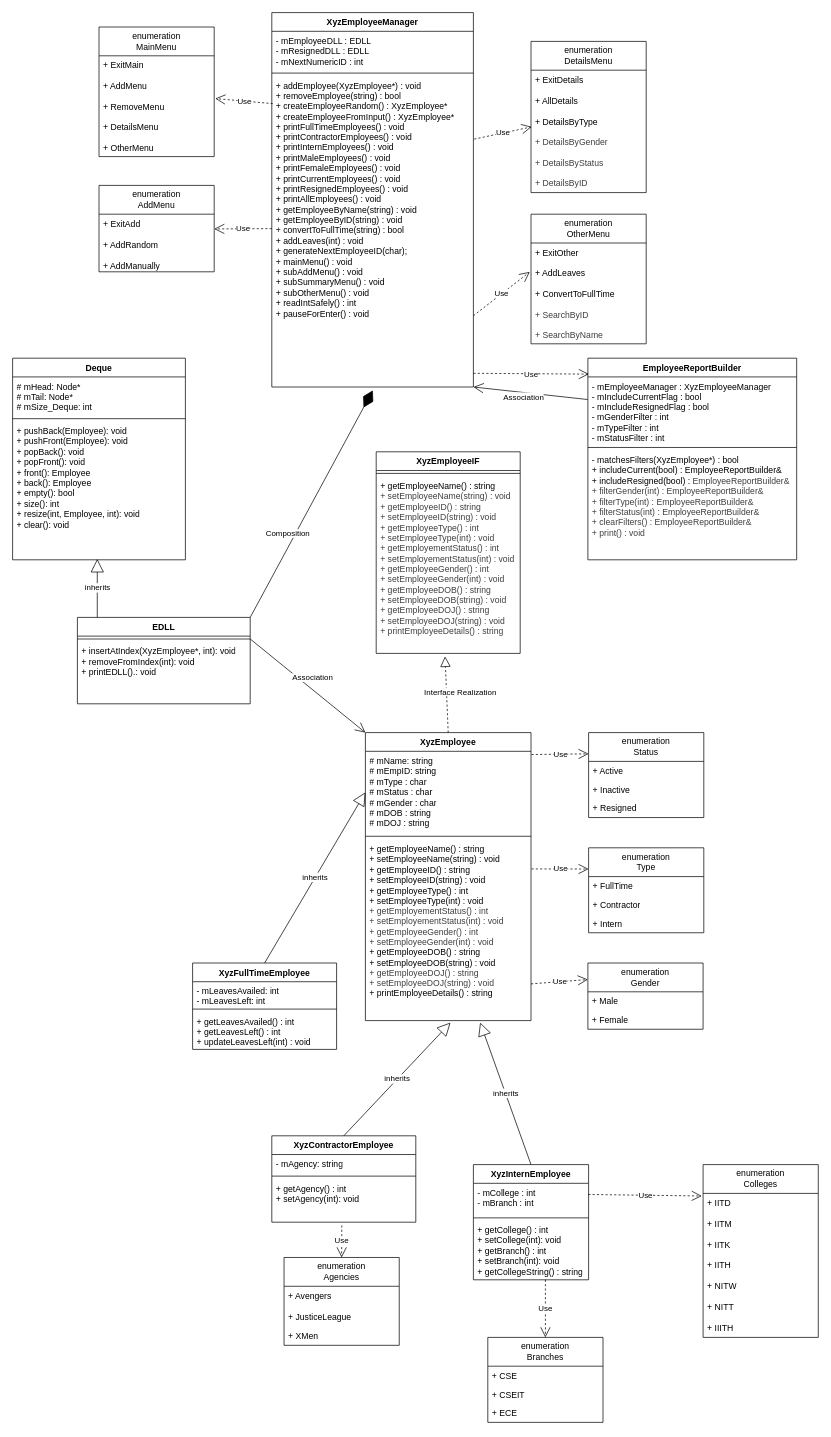
Before: umlFile.drawio in IBM-PHYP-DEV-HYD/ems-aniketsrivast, a draw.io diagram. Source tidied: cells renumbered, new cells numbered last; positions are measured from the earlier drawing's top-left corner, leaving out a move shared by most shapes. Both pictures are drawn from the tidied source at 72%, with x=0, y=0 at pixel (12, 12).
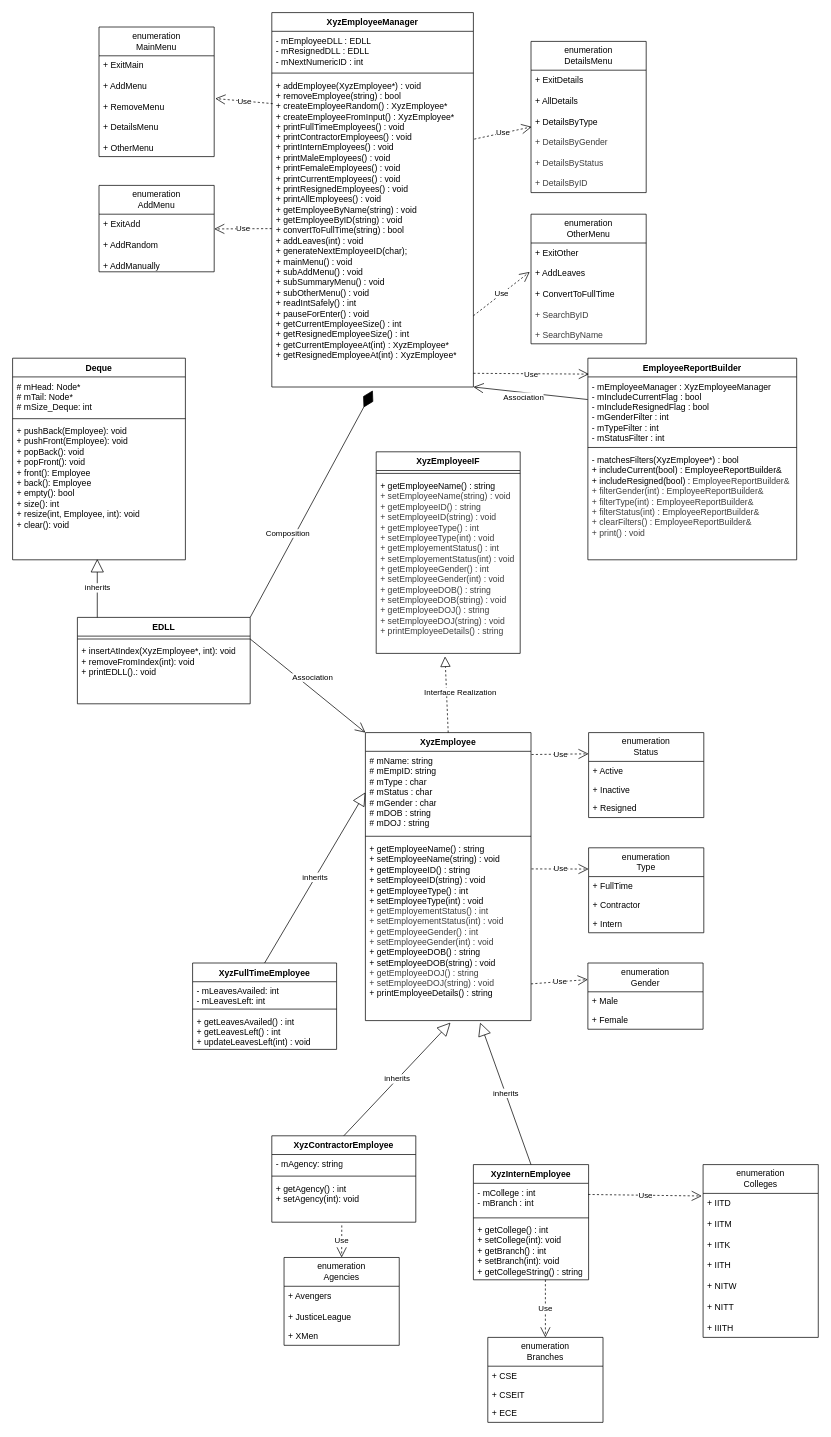
After the change.

Commit message (it also covers changes not shown here):
LLDD and UML

The change refers to these unchanged cells:
```xml
<mxCell id="13" value="XyzEmployeeManager" style="swimlane;fontStyle=1;align=center;verticalAlign=top;horizontal=1;startSize=26;whiteSpace=wrap;html=1;" parent="1" vertex="1">
  <mxGeometry x="360" width="280" height="520" as="geometry" />
</mxCell>
```

Change to the diagram source:
```diff
@@
-    <mxCell id="16" value="+ addEmployee(XyzEmployee*) : void&lt;div&gt;+ removeEmployee(string) : bool&lt;/div&gt;&lt;div&gt;+ createEmployeeRandom() :&amp;nbsp;&lt;span style=&quot;color: rgb(0, 0, 0);&quot;&gt;XyzEmployee*&lt;/span&gt;&lt;/div&gt;&lt;div&gt;&lt;font color=&quot;#000000&quot;&gt;+ createEmployeeFromInput() :&amp;nbsp;&lt;/font&gt;&lt;span style=&quot;color: rgb(0, 0, 0);&quot;&gt;XyzEmployee*&lt;/span&gt;&lt;font color=&quot;#000000&quot;&gt;&lt;br&gt;&lt;/font&gt;&lt;div&gt;&lt;span style=&quot;background-color: transparent;&quot;&gt;+ printFullTimeEmployees() : void&lt;/span&gt;&lt;/div&gt;&lt;/div&gt;&lt;div&gt;+ printContractorEmployees() : void&lt;/div&gt;&lt;div&gt;+ printInternEmployees() : void&lt;/div&gt;&lt;div&gt;+ printMaleEmployees() : void&lt;/div&gt;&lt;div&gt;+ printFemaleEmployees() : void&lt;/div&gt;&lt;div&gt;+ printCurrentEmployees() : void&lt;/div&gt;&lt;div&gt;+ printResignedEmployees() : void&lt;/div&gt;&lt;div&gt;+ printAllEmployees() : void&lt;/div&gt;&lt;div&gt;+ getEmployeeByName(string) : void&lt;/div&gt;&lt;div&gt;+&amp;nbsp;&lt;span style=&quot;background-color: transparent; color: light-dark(rgb(0, 0, 0), rgb(255, 255, 255));&quot;&gt;getEmployeeByID(string) : void&lt;/span&gt;&lt;/div&gt;&lt;div&gt;&lt;span style=&quot;background-color: transparent; color: light-dark(rgb(0, 0, 0), rgb(255, 255, 255));&quot;&gt;+ convertToFullTime(string) : bool&lt;/span&gt;&lt;/div&gt;&lt;div&gt;&lt;span style=&quot;background-color: transparent; color: light-dark(rgb(0, 0, 0), rgb(255, 255, 255));&quot;&gt;+ addLeaves(int) : void&lt;/span&gt;&lt;/div&gt;&lt;div&gt;&lt;span style=&quot;background-color: transparent; color: light-dark(rgb(0, 0, 0), rgb(255, 255, 255));&quot;&gt;+ generateNextEmployeeID(char);&lt;/span&gt;&lt;/div&gt;&lt;div&gt;&lt;span style=&quot;background-color: transparent; color: light-dark(rgb(0, 0, 0), rgb(255, 255, 255));&quot;&gt;+ mainMenu() : void&lt;/span&gt;&lt;/div&gt;&lt;div&gt;&lt;span style=&quot;background-color: transparent; color: light-dark(rgb(0, 0, 0), rgb(255, 255, 255));&quot;&gt;+ subAddMenu() : void&lt;/span&gt;&lt;/div&gt;&lt;div&gt;&lt;span style=&quot;background-color: transparent; color: light-dark(rgb(0, 0, 0), rgb(255, 255, 255));&quot;&gt;+ subSummaryMenu() : void&lt;/span&gt;&lt;/div&gt;&lt;div&gt;&lt;span style=&quot;background-color: transparent; color: light-dark(rgb(0, 0, 0), rgb(255, 255, 255));&quot;&gt;+ subOtherMenu() : void&lt;/span&gt;&lt;/div&gt;&lt;div&gt;&lt;span style=&quot;background-color: transparent; color: light-dark(rgb(0, 0, 0), rgb(255, 255, 255));&quot;&gt;+ readIntSafely() : int&lt;/span&gt;&lt;/div&gt;&lt;div&gt;&lt;span style=&quot;background-color: transparent; color: light-dark(rgb(0, 0, 0), rgb(255, 255, 255));&quot;&gt;+ pauseForEnter() : void&lt;/span&gt;&lt;/div&gt;" style="text;strokeColor=none;fillColor=none;align=left;verticalAlign=top;spacingLeft=4;spacingRight=4;overflow=hidden;points=[[0,0.5],[1,0.5]];portConstraint=eastwest;whiteSpace=wrap;html=1;" parent="13" vertex="1">
+    <mxCell id="16" value="+ addEmployee(XyzEmployee*) : void&lt;div&gt;+ removeEmployee(string) : bool&lt;/div&gt;&lt;div&gt;+ createEmployeeRandom() :&amp;nbsp;&lt;span style=&quot;color: rgb(0, 0, 0);&quot;&gt;XyzEmployee*&lt;/span&gt;&lt;/div&gt;&lt;div&gt;&lt;font color=&quot;#000000&quot;&gt;+ createEmployeeFromInput() :&amp;nbsp;&lt;/font&gt;&lt;span style=&quot;color: rgb(0, 0, 0);&quot;&gt;XyzEmployee*&lt;/span&gt;&lt;font color=&quot;#000000&quot;&gt;&lt;br&gt;&lt;/font&gt;&lt;div&gt;&lt;span style=&quot;background-color: transparent;&quot;&gt;+ printFullTimeEmployees() : void&lt;/span&gt;&lt;/div&gt;&lt;/div&gt;&lt;div&gt;+ printContractorEmployees() : void&lt;/div&gt;&lt;div&gt;+ printInternEmployees() : void&lt;/div&gt;&lt;div&gt;+ printMaleEmployees() : void&lt;/div&gt;&lt;div&gt;+ printFemaleEmployees() : void&lt;/div&gt;&lt;div&gt;+ printCurrentEmployees() : void&lt;/div&gt;&lt;div&gt;+ printResignedEmployees() : void&lt;/div&gt;&lt;div&gt;+ printAllEmployees() : void&lt;/div&gt;&lt;div&gt;+ getEmployeeByName(string) : void&lt;/div&gt;&lt;div&gt;+&amp;nbsp;&lt;span style=&quot;background-color: transparent; color: light-dark(rgb(0, 0, 0), rgb(255, 255, 255));&quot;&gt;getEmployeeByID(string) : void&lt;/span&gt;&lt;/div&gt;&lt;div&gt;&lt;span style=&quot;background-color: transparent; color: light-dark(rgb(0, 0, 0), rgb(255, 255, 255));&quot;&gt;+ convertToFullTime(string) : bool&lt;/span&gt;&lt;/div&gt;&lt;div&gt;&lt;span style=&quot;background-color: transparent; color: light-dark(rgb(0, 0, 0), rgb(255, 255, 255));&quot;&gt;+ addLeaves(int) : void&lt;/span&gt;&lt;/div&gt;&lt;div&gt;&lt;span style=&quot;background-color: transparent; color: light-dark(rgb(0, 0, 0), rgb(255, 255, 255));&quot;&gt;+ generateNextEmployeeID(char);&lt;/span&gt;&lt;/div&gt;&lt;div&gt;&lt;span style=&quot;background-color: transparent; color: light-dark(rgb(0, 0, 0), rgb(255, 255, 255));&quot;&gt;+ mainMenu() : void&lt;/span&gt;&lt;/div&gt;&lt;div&gt;&lt;span style=&quot;background-color: transparent; color: light-dark(rgb(0, 0, 0), rgb(255, 255, 255));&quot;&gt;+ subAddMenu() : void&lt;/span&gt;&lt;/div&gt;&lt;div&gt;&lt;span style=&quot;background-color: transparent; color: light-dark(rgb(0, 0, 0), rgb(255, 255, 255));&quot;&gt;+ subSummaryMenu() : void&lt;/span&gt;&lt;/div&gt;&lt;div&gt;&lt;span style=&quot;background-color: transparent; color: light-dark(rgb(0, 0, 0), rgb(255, 255, 255));&quot;&gt;+ subOtherMenu() : void&lt;/span&gt;&lt;/div&gt;&lt;div&gt;&lt;span style=&quot;background-color: transparent; color: light-dark(rgb(0, 0, 0), rgb(255, 255, 255));&quot;&gt;+ readIntSafely() : int&lt;/span&gt;&lt;/div&gt;&lt;div&gt;&lt;span style=&quot;background-color: transparent; color: light-dark(rgb(0, 0, 0), rgb(255, 255, 255));&quot;&gt;+ pauseForEnter() : void&lt;/span&gt;&lt;/div&gt;&lt;div&gt;&lt;span style=&quot;background-color: transparent; color: light-dark(rgb(0, 0, 0), rgb(255, 255, 255));&quot;&gt;+ getCurrentEmployeeSize() : int&lt;/span&gt;&lt;/div&gt;&lt;div&gt;&lt;span style=&quot;background-color: transparent; color: light-dark(rgb(0, 0, 0), rgb(255, 255, 255));&quot;&gt;+ getResignedEmployeeSize() : int&lt;/span&gt;&lt;/div&gt;&lt;div&gt;&lt;span style=&quot;background-color: transparent; color: light-dark(rgb(0, 0, 0), rgb(255, 255, 255));&quot;&gt;+ getCurrentEmployeeAt(int) : XyzEmployee*&lt;/span&gt;&lt;/div&gt;&lt;div&gt;&lt;span style=&quot;color: rgb(0, 0, 0);&quot;&gt;+ getResignedEmployeeAt(int) : XyzEmployee*&lt;/span&gt;&lt;span style=&quot;background-color: transparent; color: light-dark(rgb(0, 0, 0), rgb(255, 255, 255));&quot;&gt;&lt;/span&gt;&lt;/div&gt;" style="text;strokeColor=none;fillColor=none;align=left;verticalAlign=top;spacingLeft=4;spacingRight=4;overflow=hidden;points=[[0,0.5],[1,0.5]];portConstraint=eastwest;whiteSpace=wrap;html=1;" parent="13" vertex="1">
       <mxGeometry y="88" width="280" height="432" as="geometry" />
     </mxCell>
```
